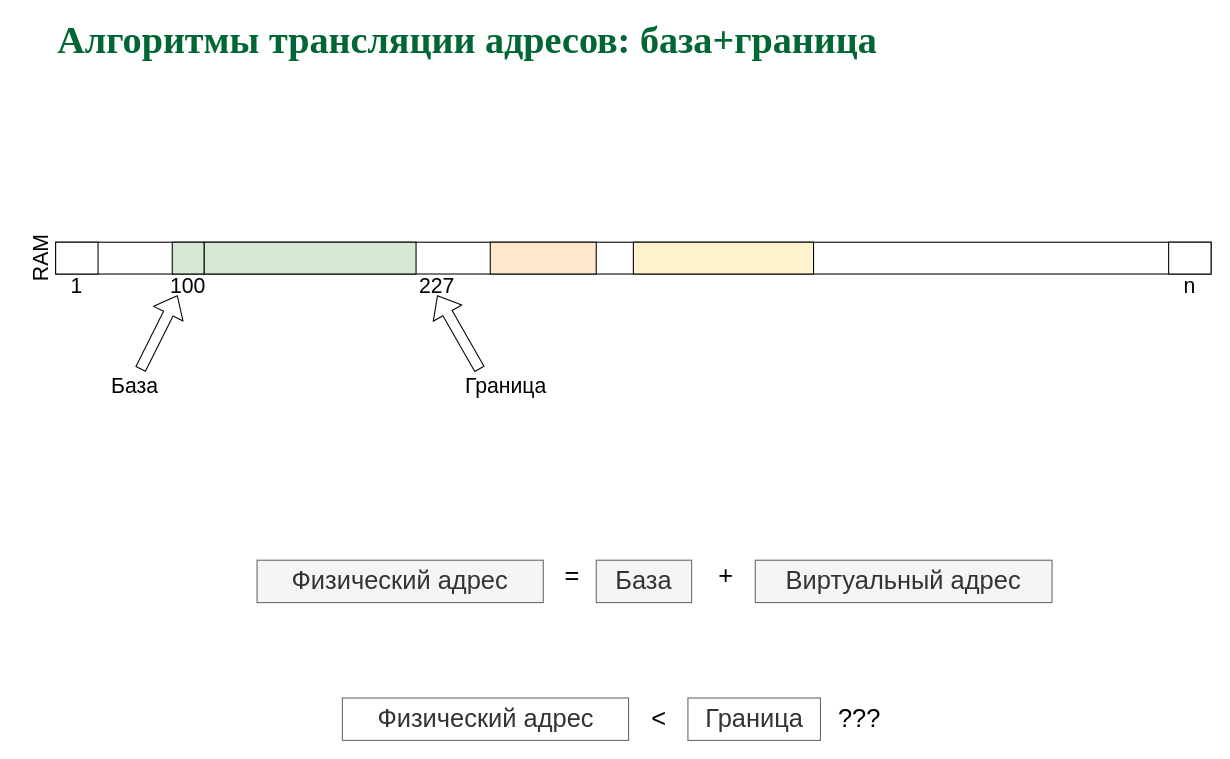
Earlier version of the draw.io diagram page "P12" (12 of 34) of slides/memmgt.drawio (77maxikov/os_course). Source tidied: cells renumbered, new cells numbered last; positions are measured from the earlier drawing's top-left corner, leaving out a move shared by most shapes. Both pictures are drawn from the tidied source at 106%, with x=0, y=0 at pixel (13, 30).
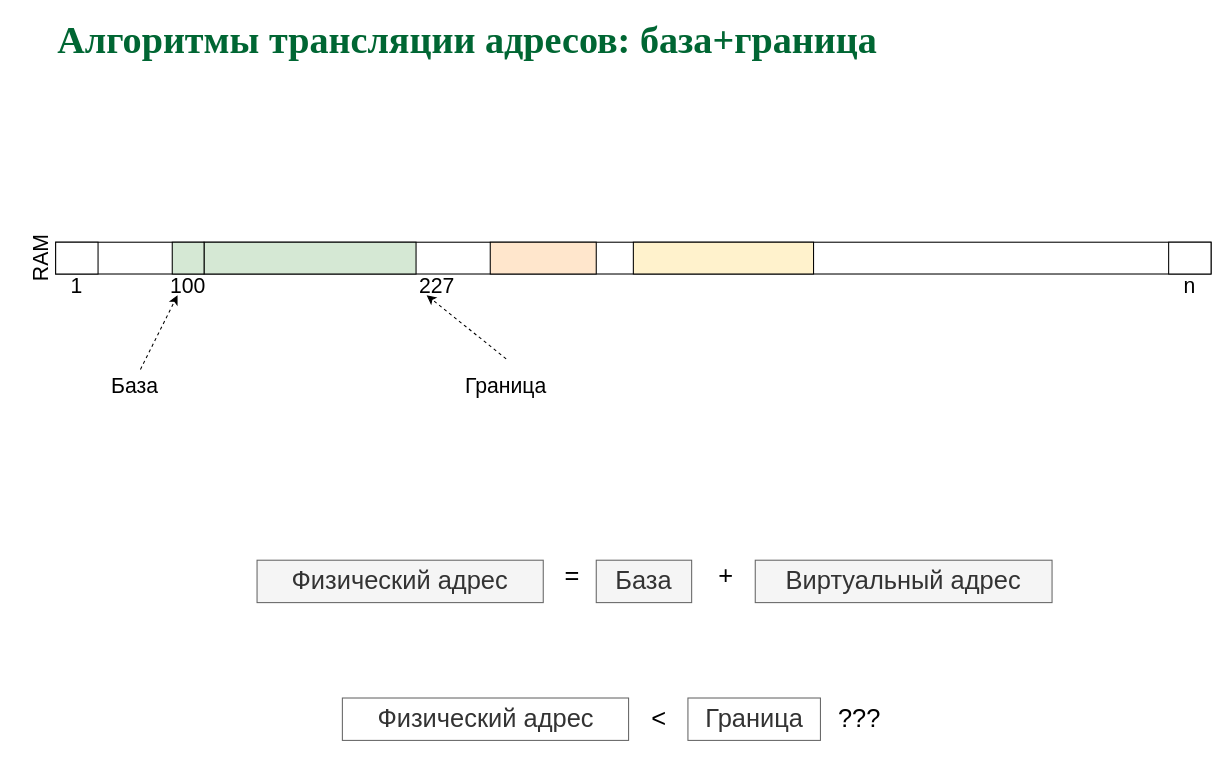
After the change.

The change refers to these unchanged cells:
```xml
<mxCell id="9" value="&lt;font style=&quot;font-size: 20px&quot;&gt;100&lt;/font&gt;" style="text;html=1;strokeColor=none;fillColor=none;align=center;verticalAlign=middle;whiteSpace=wrap;rounded=0;" parent="1" vertex="1">
  <mxGeometry x="145" y="230" width="40" height="20" as="geometry" />
</mxCell>
<mxCell id="15" value="&lt;font style=&quot;font-size: 20px&quot;&gt;227&lt;/font&gt;" style="text;html=1;strokeColor=none;fillColor=none;align=center;verticalAlign=middle;whiteSpace=wrap;rounded=0;" parent="1" vertex="1">
  <mxGeometry x="380" y="230" width="40" height="20" as="geometry" />
</mxCell>
```

Change to the diagram source:
```diff
@@
-    <mxCell id="16" style="shape=flexArrow;endArrow=classic;html=1;entryX=0.25;entryY=1;entryDx=0;entryDy=0;" parent="1" edge="1" target="9">
-      <mxGeometry relative="1" as="geometry">
-        <mxPoint x="120" y="320" as="sourcePoint" />
-      </mxGeometry>
-    </mxCell>
@@
-    <mxCell id="18" style="shape=flexArrow;endArrow=classic;html=1;entryX=0.5;entryY=1;entryDx=0;entryDy=0;" parent="1" edge="1" target="15">
-      <mxGeometry relative="1" as="geometry">
-        <mxPoint x="440" y="320" as="sourcePoint" />
-      </mxGeometry>
-    </mxCell>
@@
+    <mxCell id="28" style="endArrow=classic;html=1;dashed=1;entryX=0.25;entryY=1;entryDx=0;entryDy=0;" parent="1" edge="1">
+      <mxGeometry relative="1" as="geometry">
+        <mxPoint x="120" y="320" as="sourcePoint" />
+        <mxPoint x="155" y="250" as="targetPoint" />
+      </mxGeometry>
+    </mxCell>
+    <mxCell id="29" style="endArrow=classic;html=1;dashed=1;entryX=0.25;entryY=1;entryDx=0;entryDy=0;exitX=0.5;exitY=0;exitDx=0;exitDy=0;" parent="1" edge="1">
+      <mxGeometry relative="1" as="geometry">
+        <mxPoint x="465" y="310" as="sourcePoint" />
+        <mxPoint x="390" y="250" as="targetPoint" />
+      </mxGeometry>
+    </mxCell>
```
